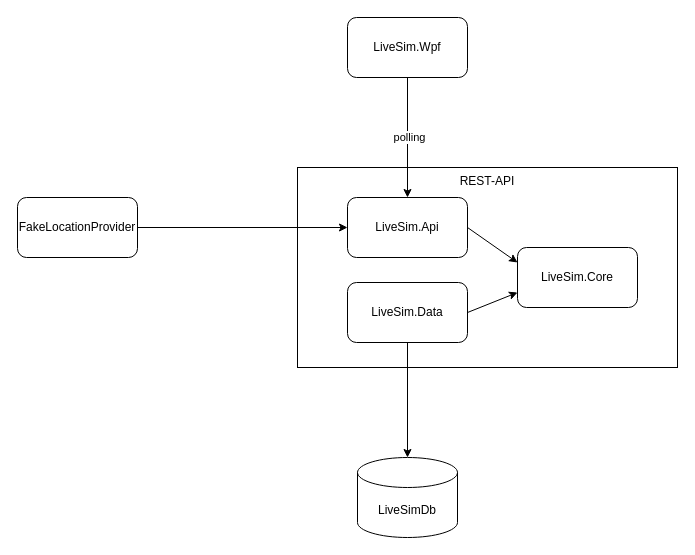
Above: Doc/Architecture.drawio in Roger-ITP/CodingChallenge (draw.io), before the change. Source tidied: cells renumbered, new cells numbered last; positions are measured from the earlier drawing's top-left corner, leaving out a move shared by most shapes. Both pictures are drawn from the tidied source at 100%, with x=0, y=0 at pixel (17, 17).
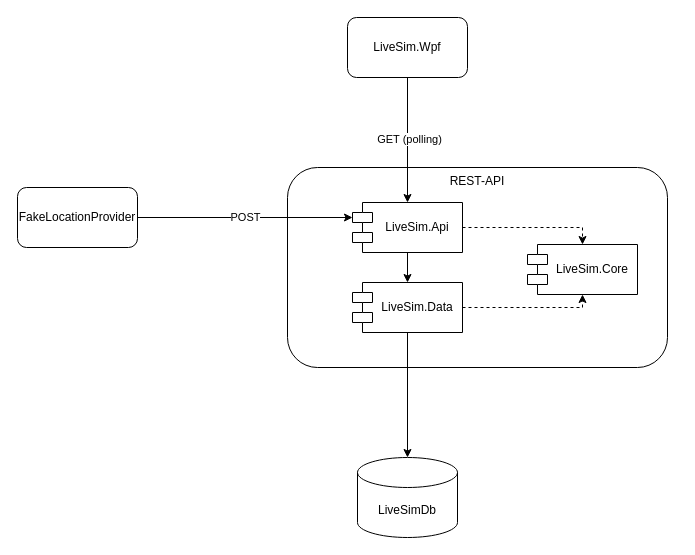
Above is the later version.

Commit message (it also covers changes not shown here):
Fix diagramm & fix functional tests

Diff of the diagram source:
```diff
@@
 <mxGraphModel>
   <root>
     <mxCell id="0" />
     <mxCell id="1" parent="0" />
-    <mxCell id="2" value="REST-API" style="rounded=0;whiteSpace=wrap;html=1;verticalAlign=top;" parent="1" vertex="1">
-      <mxGeometry x="280" y="150" width="380" height="200" as="geometry" />
+    <mxCell id="2" value="REST-API" style="rounded=1;whiteSpace=wrap;html=1;verticalAlign=top;" parent="1" vertex="1">
+      <mxGeometry x="270" y="150" width="380" height="200" as="geometry" />
     </mxCell>
-    <mxCell id="3" value="LiveSim.Api" style="rounded=1;whiteSpace=wrap;html=1;" parent="1" vertex="1">
-      <mxGeometry x="330" y="180" width="120" height="60" as="geometry" />
-    </mxCell>
     <mxCell id="4" value="LiveSim.Wpf" style="rounded=1;whiteSpace=wrap;html=1;" parent="1" vertex="1">
       <mxGeometry x="330" width="120" height="60" as="geometry" />
     </mxCell>
     <mxCell id="5" style="endArrow=classic;html=1;rounded=0;exitX=0.5;exitY=1;exitDx=0;exitDy=0;entryX=0.5;entryY=0;entryDx=0;entryDy=0;" parent="1" edge="1" source="4" target="3">
       <mxGeometry relative="1" as="geometry" />
     </mxCell>
-    <mxCell id="6" value="polling" style="edgeLabel;html=1;align=center;verticalAlign=middle;" parent="5" vertex="1">
+    <mxCell id="6" value="GET (polling)" style="edgeLabel;html=1;align=center;verticalAlign=middle;" parent="5" vertex="1">
       <mxGeometry x="-0.02" y="1" relative="1" as="geometry" />
     </mxCell>
-    <mxCell id="7" style="edgeStyle=orthogonalEdgeStyle;rounded=0;orthogonalLoop=1;jettySize=auto;html=1;exitX=0.5;exitY=1;exitDx=0;exitDy=0;" parent="1" edge="1" source="3" target="3">
-      <mxGeometry relative="1" as="geometry" />
+    <mxCell id="7" style="edgeStyle=orthogonalEdgeStyle;rounded=0;orthogonalLoop=1;jettySize=auto;html=1;exitX=0.5;exitY=1;exitDx=0;exitDy=0;" parent="1" edge="1">
+      <mxGeometry relative="1" as="geometry">
+        <mxPoint x="390" y="240" as="sourcePoint" />
+        <mxPoint x="390" y="240" as="targetPoint" />
+      </mxGeometry>
     </mxCell>
-    <mxCell id="8" value="LiveSim.Data" style="rounded=1;whiteSpace=wrap;html=1;" parent="1" vertex="1">
-      <mxGeometry x="330" y="265" width="120" height="60" as="geometry" />
-    </mxCell>
-    <mxCell id="9" value="LiveSim.Core" style="rounded=1;whiteSpace=wrap;html=1;" parent="1" vertex="1">
-      <mxGeometry x="500" y="230" width="120" height="60" as="geometry" />
-    </mxCell>
-    <mxCell id="10" style="endArrow=classic;html=1;rounded=0;exitX=1;exitY=0.5;exitDx=0;exitDy=0;entryX=0;entryY=0.25;entryDx=0;entryDy=0;" parent="1" edge="1" source="3" target="9">
+    <mxCell id="10" style="endArrow=classic;html=1;rounded=0;exitX=1;exitY=0.5;exitDx=0;exitDy=0;entryX=0.5;entryY=0;entryDx=0;entryDy=0;edgeStyle=orthogonalEdgeStyle;dashed=1;" parent="1" edge="1" source="3" target="9">
       <mxGeometry relative="1" as="geometry" />
     </mxCell>
-    <mxCell id="11" style="endArrow=classic;html=1;rounded=0;exitX=1;exitY=0.5;exitDx=0;exitDy=0;entryX=0;entryY=0.75;entryDx=0;entryDy=0;" parent="1" edge="1" source="8" target="9">
+    <mxCell id="11" style="endArrow=classic;html=1;rounded=0;exitX=1;exitY=0.5;exitDx=0;exitDy=0;entryX=0.5;entryY=1;entryDx=0;entryDy=0;edgeStyle=orthogonalEdgeStyle;dashed=1;" parent="1" edge="1" source="8" target="9">
       <mxGeometry relative="1" as="geometry" />
     </mxCell>
     <mxCell id="12" value="LiveSimDb" style="shape=cylinder3;whiteSpace=wrap;html=1;boundedLbl=1;backgroundOutline=1;size=15;" parent="1" vertex="1">
       <mxGeometry x="340" y="440" width="100" height="80" as="geometry" />
     </mxCell>
     <mxCell id="13" style="endArrow=classic;html=1;rounded=0;exitX=0.5;exitY=1;exitDx=0;exitDy=0;entryX=0.5;entryY=0;entryDx=0;entryDy=0;entryPerimeter=0;" parent="1" edge="1" source="8" target="12">
       <mxGeometry relative="1" as="geometry" />
     </mxCell>
     <mxCell id="14" value="FakeLocationProvider" style="rounded=1;whiteSpace=wrap;html=1;" parent="1" vertex="1">
-      <mxGeometry y="180" width="120" height="60" as="geometry" />
+      <mxGeometry y="170" width="120" height="60" as="geometry" />
     </mxCell>
-    <mxCell id="15" style="endArrow=classic;html=1;rounded=0;exitX=1;exitY=0.5;exitDx=0;exitDy=0;entryX=0;entryY=0.5;entryDx=0;entryDy=0;" parent="1" edge="1" source="14" target="3">
+    <mxCell id="15" value="POST" style="endArrow=classic;html=1;rounded=0;exitX=1;exitY=0.5;exitDx=0;exitDy=0;entryX=0;entryY=0;entryDx=0;entryDy=15;entryPerimeter=0;" parent="1" edge="1" source="14" target="3">
       <mxGeometry relative="1" as="geometry" />
     </mxCell>
+    <mxCell id="16" style="endArrow=classic;html=1;rounded=0;exitX=0.5;exitY=1;exitDx=0;exitDy=0;" parent="1" edge="1" source="3">
+      <mxGeometry relative="1" as="geometry">
+        <mxPoint x="390" y="265" as="targetPoint" />
+      </mxGeometry>
+    </mxCell>
+    <mxCell id="3" value="LiveSim.Api" style="shape=module;align=left;spacingLeft=20;align=center;verticalAlign=middle;whiteSpace=wrap;html=1;" parent="1" vertex="1">
+      <mxGeometry x="335" y="185" width="110" height="50" as="geometry" />
+    </mxCell>
+    <mxCell id="9" value="LiveSim.Core" style="shape=module;align=left;spacingLeft=20;align=center;verticalAlign=middle;whiteSpace=wrap;html=1;" parent="1" vertex="1">
+      <mxGeometry x="510" y="227" width="110" height="50" as="geometry" />
+    </mxCell>
+    <mxCell id="8" value="LiveSim.Data" style="shape=module;align=left;spacingLeft=20;align=center;verticalAlign=middle;whiteSpace=wrap;html=1;" parent="1" vertex="1">
+      <mxGeometry x="335" y="265" width="110" height="50" as="geometry" />
+    </mxCell>
   </root>
 </mxGraphModel>
```
